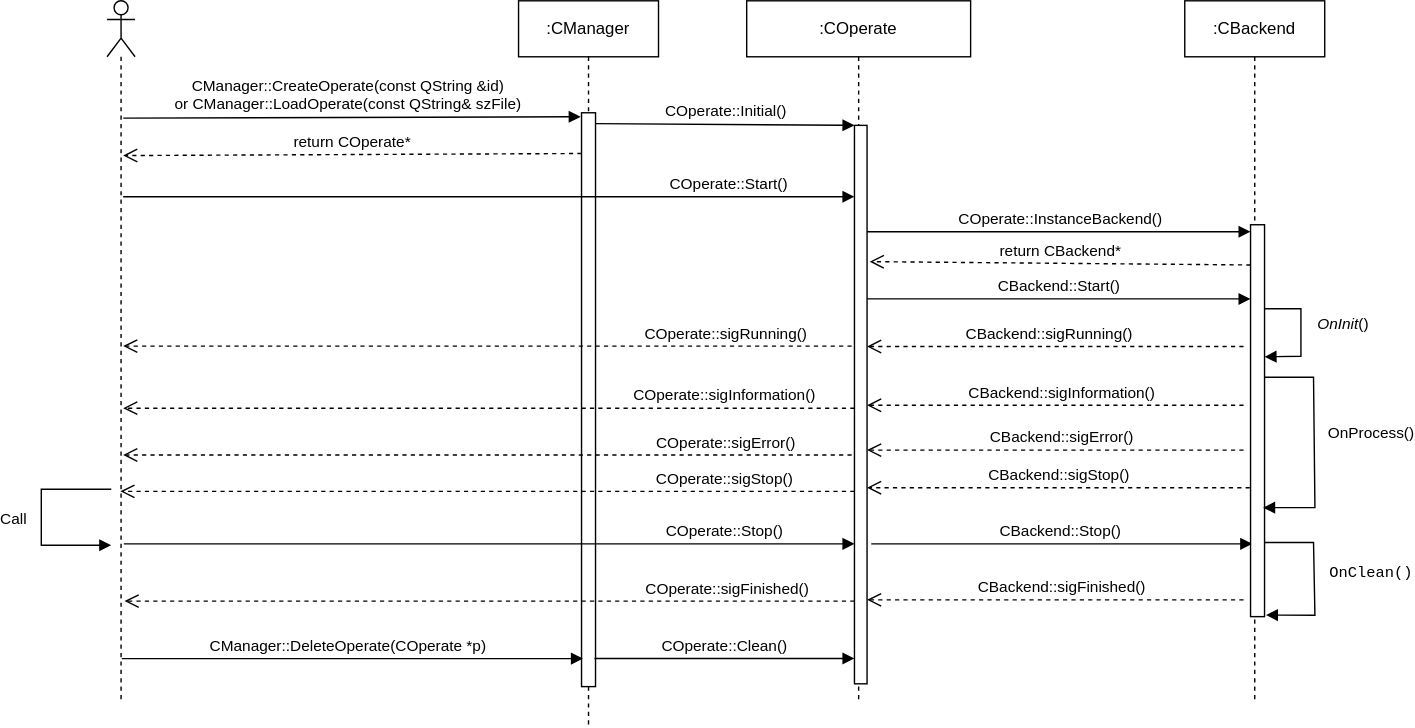
Earlier version of the draw.io export docs/Image/PluginSequenceDiagram.svg (KangLin/RabbitRemoteControl). Source tidied: cells renumbered, new cells last; positions are measured from the earlier drawing's top-left corner, leaving out a move shared by most shapes.
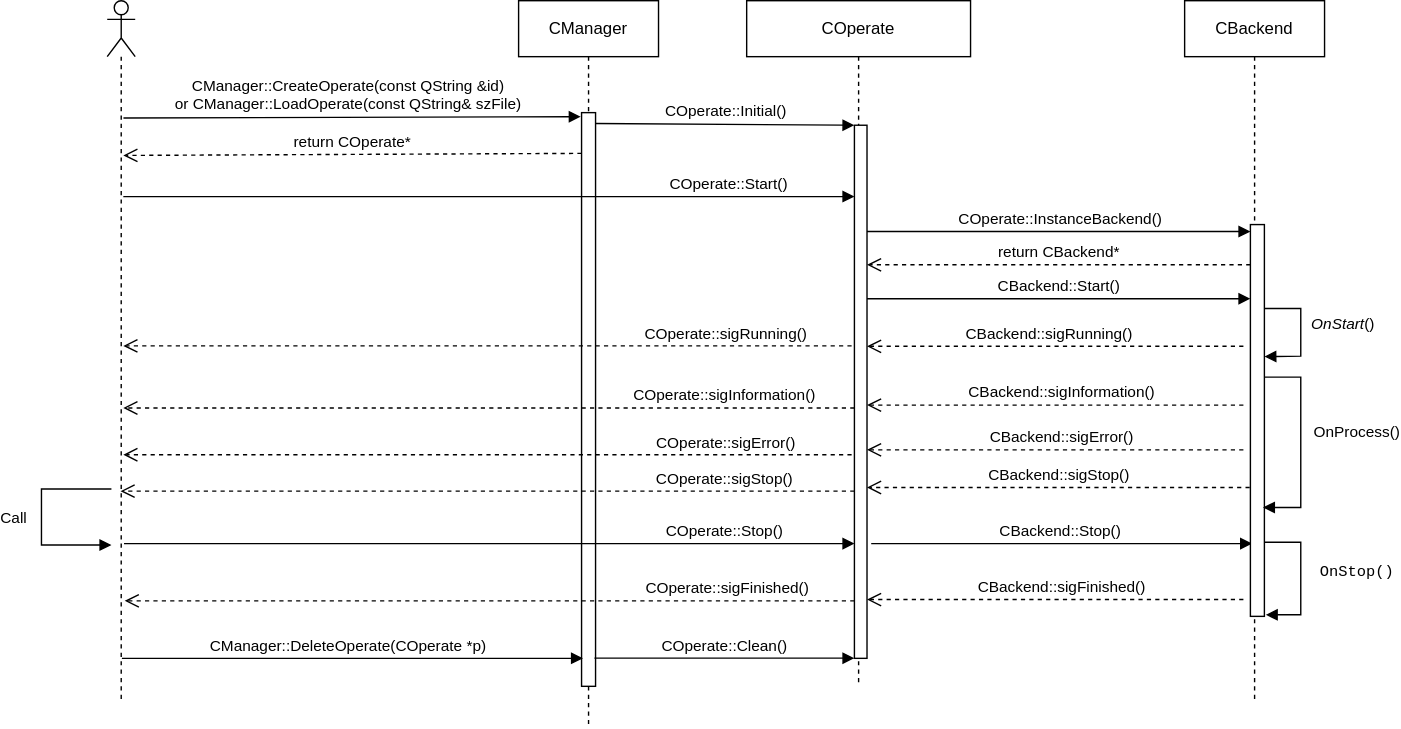
The same diagram one commit later.

The edit, as a diff of the source:
```diff
@@ -2,7 +2,7 @@
   <root>
     <mxCell id="0" />
     <mxCell id="1" parent="0" />
-    <mxCell id="2" value=":CManager" style="shape=umlLifeline;perimeter=lifelinePerimeter;whiteSpace=wrap;html=1;fontColor=#000000;" parent="1" vertex="1">
+    <mxCell id="2" value="CManager" style="shape=umlLifeline;perimeter=lifelinePerimeter;whiteSpace=wrap;html=1;fontColor=#000000;" parent="1" vertex="1">
       <mxGeometry x="341" width="100" height="519" as="geometry" />
     </mxCell>
     <mxCell id="3" style="html=1;points=[];perimeter=orthogonalPerimeter;fontColor=#000000;" parent="2" vertex="1">
@@ -14,11 +14,11 @@
         <mxPoint x="-282.5" y="324.5" as="targetPoint" />
       </mxGeometry>
     </mxCell>
-    <mxCell id="5" value=":COperate" style="shape=umlLifeline;perimeter=lifelinePerimeter;whiteSpace=wrap;html=1;fontColor=#000000;" parent="1" vertex="1">
-      <mxGeometry x="504" width="160" height="499" as="geometry" />
+    <mxCell id="5" value="COperate" style="shape=umlLifeline;perimeter=lifelinePerimeter;whiteSpace=wrap;html=1;fontColor=#000000;" parent="1" vertex="1">
+      <mxGeometry x="504" width="160" height="490" as="geometry" />
     </mxCell>
     <mxCell id="6" style="html=1;points=[[0,0,0,0,5],[0,1,0,0,-5],[1,0,0,0,5],[1,1,0,0,-5]];perimeter=orthogonalPerimeter;outlineConnect=0;targetShapes=umlLifeline;portConstraint=eastwest;newEdgeStyle={&quot;curved&quot;:0,&quot;rounded&quot;:0};" parent="5" vertex="1">
-      <mxGeometry x="77" y="89" width="9" height="399" as="geometry" />
+      <mxGeometry x="77" y="89" width="9" height="381" as="geometry" />
     </mxCell>
     <mxCell id="7" value="CBackend::Stop()" style="html=1;verticalAlign=bottom;endArrow=block;rounded=0;fontColor=#000000;entryX=0.12;entryY=0.681;entryDx=0;entryDy=0;entryPerimeter=0;" parent="5" edge="1">
       <mxGeometry x="-0.01" relative="1" as="geometry">
@@ -50,13 +50,13 @@
         <mxPoint x="58.5" y="246.7" as="targetPoint" />
       </mxGeometry>
     </mxCell>
-    <mxCell id="13" value=":CBackend" style="shape=umlLifeline;perimeter=lifelinePerimeter;whiteSpace=wrap;html=1;fontColor=#000000;" parent="1" vertex="1">
+    <mxCell id="13" value="CBackend" style="shape=umlLifeline;perimeter=lifelinePerimeter;whiteSpace=wrap;html=1;fontColor=#000000;" parent="1" vertex="1">
       <mxGeometry x="817" width="100" height="499" as="geometry" />
     </mxCell>
     <mxCell id="14" style="html=1;points=[];perimeter=orthogonalPerimeter;fontColor=#000000;" parent="13" vertex="1">
       <mxGeometry x="47" y="160" width="10" height="280" as="geometry" />
     </mxCell>
-    <mxCell id="15" value="&lt;span style=&quot;font-style: italic&quot;&gt;OnInit&lt;/span&gt;()" style="html=1;verticalAlign=bottom;endArrow=block;rounded=0;fontColor=#000000;entryX=1;entryY=0.337;entryDx=0;entryDy=0;entryPerimeter=0;" parent="13" edge="1" target="14">
+    <mxCell id="15" value="&lt;span style=&quot;font-style: italic&quot;&gt;OnStart&lt;/span&gt;()" style="html=1;verticalAlign=bottom;endArrow=block;rounded=0;fontColor=#000000;entryX=1;entryY=0.337;entryDx=0;entryDy=0;entryPerimeter=0;" parent="13" edge="1" target="14">
       <mxGeometry x="0.08" y="30" relative="1" as="geometry">
         <mxPoint x="57" y="220" as="sourcePoint" />
         <Array as="points">
@@ -69,17 +69,17 @@
       <mxGeometry x="0.02" y="40" relative="1" as="geometry">
         <mxPoint x="57" y="269" as="sourcePoint" />
         <Array as="points">
-          <mxPoint x="92" y="269" />
-          <mxPoint x="93" y="362" />
+          <mxPoint x="83" y="269" />
+          <mxPoint x="83" y="362.2" />
         </Array>
       </mxGeometry>
     </mxCell>
-    <mxCell id="17" value="&lt;pre style=&quot;margin-top: 0px ; margin-bottom: 0px ; margin-left: 0px ; margin-right: 0px ; text-indent: 0px&quot;&gt;OnClean()&lt;/pre&gt;" style="html=1;verticalAlign=bottom;endArrow=block;rounded=0;fontColor=#000000;entryX=1.1;entryY=0.996;entryDx=0;entryDy=0;entryPerimeter=0;" parent="13" edge="1" target="14">
+    <mxCell id="17" value="&lt;pre style=&quot;margin-top: 0px ; margin-bottom: 0px ; margin-left: 0px ; margin-right: 0px ; text-indent: 0px&quot;&gt;OnStop()&lt;/pre&gt;" style="html=1;verticalAlign=bottom;endArrow=block;rounded=0;fontColor=#000000;entryX=1.1;entryY=0.996;entryDx=0;entryDy=0;entryPerimeter=0;" parent="13" edge="1" target="14">
       <mxGeometry x="0.1" y="40" relative="1" as="geometry">
         <mxPoint x="57" y="387" as="sourcePoint" />
         <Array as="points">
-          <mxPoint x="92" y="387" />
-          <mxPoint x="93" y="439" />
+          <mxPoint x="83" y="387" />
+          <mxPoint x="83" y="438.9" />
         </Array>
       </mxGeometry>
     </mxCell>
@@ -88,7 +88,7 @@
         <mxPoint x="864" y="165" as="targetPoint" />
       </mxGeometry>
     </mxCell>
-    <mxCell id="19" value="return&amp;nbsp;CBackend*" style="html=1;verticalAlign=bottom;endArrow=open;dashed=1;endSize=8;exitX=0;exitY=0.95;rounded=0;fontColor=#000000;entryX=1.213;entryY=0.244;entryDx=0;entryDy=0;entryPerimeter=0;" parent="1" edge="1" target="6">
+    <mxCell id="19" value="return&amp;nbsp;CBackend*" style="html=1;verticalAlign=bottom;endArrow=open;dashed=1;endSize=8;exitX=0;exitY=0.95;rounded=0;fontColor=#000000;" parent="1" edge="1" target="6">
       <mxGeometry relative="1" as="geometry">
         <mxPoint x="864" y="188.8" as="sourcePoint" />
       </mxGeometry>
```
